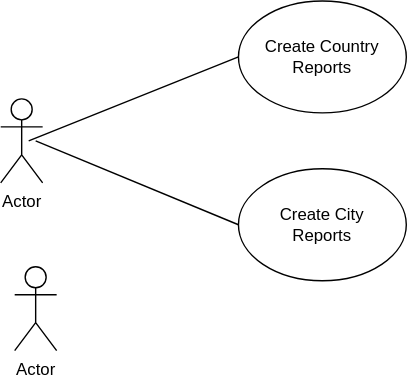
Before: UseCases/use-case.drawio.svg, a diagram exported from draw.io (Kevin-Sim/SEM_Demo). Source tidied: cells renumbered, new cells last; positions are measured from the earlier drawing's top-left corner, leaving out a move shared by most shapes. Source of this version:
```xml
<mxGraphModel math="1">
  <root>
    <mxCell id="0" />
    <mxCell id="1" parent="0" />
    <mxCell id="2" value="Actor" style="shape=umlActor;verticalLabelPosition=bottom;verticalAlign=top;html=1;fillColor=none;" parent="1" vertex="1">
      <mxGeometry y="70" width="30" height="60" as="geometry" />
    </mxCell>
    <mxCell id="3" value="Create Country Reports" style="ellipse;whiteSpace=wrap;html=1;fillColor=none;" parent="1" vertex="1">
      <mxGeometry x="170" width="120" height="80" as="geometry" />
    </mxCell>
    <mxCell id="4" style="endArrow=none;html=1;entryX=0;entryY=0.5;entryDx=0;entryDy=0;" parent="1" edge="1" target="3">
      <mxGeometry relative="1" as="geometry">
        <mxPoint x="20" y="100" as="sourcePoint" />
      </mxGeometry>
    </mxCell>
    <mxCell id="5" value="Create City &lt;br&gt;Reports" style="ellipse;whiteSpace=wrap;html=1;fillColor=none;" parent="1" vertex="1">
      <mxGeometry x="170" y="120" width="120" height="80" as="geometry" />
    </mxCell>
    <mxCell id="6" style="endArrow=none;html=1;entryX=0;entryY=0.5;entryDx=0;entryDy=0;" parent="1" edge="1" target="5">
      <mxGeometry relative="1" as="geometry">
        <mxPoint x="25" y="100" as="sourcePoint" />
      </mxGeometry>
    </mxCell>
    <mxCell id="7" value="Actor" style="shape=umlActor;verticalLabelPosition=bottom;verticalAlign=top;html=1;fillColor=none;" parent="1" vertex="1">
      <mxGeometry x="10" y="190" width="30" height="60" as="geometry" />
    </mxCell>
  </root>
</mxGraphModel>
```
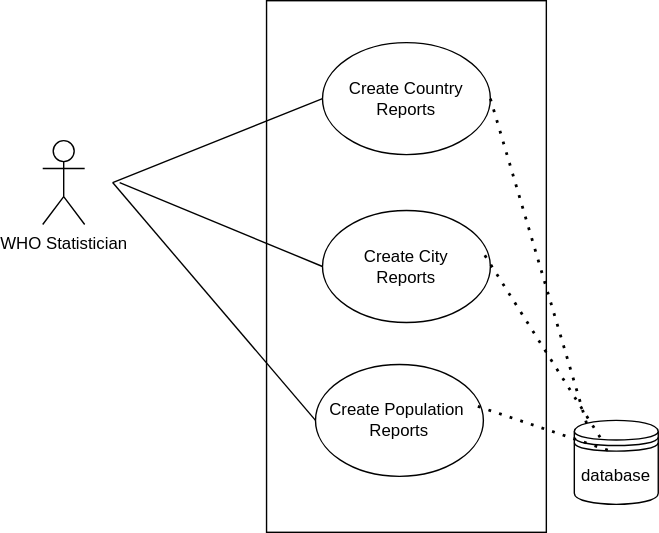
Above is the later version.

The edit, as a diff of the source:
```diff
@@ -2,8 +2,8 @@
   <root>
     <mxCell id="0" />
     <mxCell id="1" parent="0" />
-    <mxCell id="2" value="Actor" style="shape=umlActor;verticalLabelPosition=bottom;verticalAlign=top;html=1;fillColor=none;" parent="1" vertex="1">
-      <mxGeometry y="70" width="30" height="60" as="geometry" />
+    <mxCell id="2" value="WHO Statistician" style="shape=umlActor;verticalLabelPosition=bottom;verticalAlign=top;html=1;fillColor=none;" parent="1" vertex="1">
+      <mxGeometry x="-30" y="70" width="30" height="60" as="geometry" />
     </mxCell>
     <mxCell id="3" value="Create Country Reports" style="ellipse;whiteSpace=wrap;html=1;fillColor=none;" parent="1" vertex="1">
       <mxGeometry x="170" width="120" height="80" as="geometry" />
@@ -21,8 +21,32 @@
         <mxPoint x="25" y="100" as="sourcePoint" />
       </mxGeometry>
     </mxCell>
-    <mxCell id="7" value="Actor" style="shape=umlActor;verticalLabelPosition=bottom;verticalAlign=top;html=1;fillColor=none;" parent="1" vertex="1">
-      <mxGeometry x="10" y="190" width="30" height="60" as="geometry" />
-    </mxCell>
+    <mxCell id="8" value="Create Population&amp;nbsp;&lt;br&gt;Reports" style="ellipse;whiteSpace=wrap;html=1;fillColor=none;" parent="1" vertex="1">
+      <mxGeometry x="165" y="230" width="120" height="80" as="geometry" />
+    </mxCell>
+    <mxCell id="9" style="endArrow=none;html=1;entryX=0;entryY=0.5;entryDx=0;entryDy=0;" parent="1" edge="1" target="8">
+      <mxGeometry relative="1" as="geometry">
+        <mxPoint x="20" y="100" as="sourcePoint" />
+      </mxGeometry>
+    </mxCell>
+    <mxCell id="10" value="database" style="shape=datastore;whiteSpace=wrap;html=1;fillColor=none;" parent="1" vertex="1">
+      <mxGeometry x="350" y="270" width="60" height="60" as="geometry" />
+    </mxCell>
+    <mxCell id="11" style="endArrow=none;dashed=1;html=1;dashPattern=1 3;strokeWidth=2;entryX=0.15;entryY=0.05;entryDx=0;entryDy=0;entryPerimeter=0;exitX=1;exitY=0.5;exitDx=0;exitDy=0;" parent="1" edge="1" source="3" target="10">
+      <mxGeometry relative="1" as="geometry" />
+    </mxCell>
+    <mxCell id="12" style="endArrow=none;dashed=1;html=1;dashPattern=1 3;strokeWidth=2;entryX=0.15;entryY=0.05;entryDx=0;entryDy=0;entryPerimeter=0;exitX=0.967;exitY=0.4;exitDx=0;exitDy=0;exitPerimeter=0;" parent="1" edge="1" source="5">
+      <mxGeometry relative="1" as="geometry">
+        <mxPoint x="369" y="283" as="targetPoint" />
+      </mxGeometry>
+    </mxCell>
+    <mxCell id="13" style="endArrow=none;dashed=1;html=1;dashPattern=1 3;strokeWidth=2;entryX=0.15;entryY=0.05;entryDx=0;entryDy=0;entryPerimeter=0;exitX=0.967;exitY=0.375;exitDx=0;exitDy=0;exitPerimeter=0;" parent="1" edge="1" source="8">
+      <mxGeometry relative="1" as="geometry">
+        <mxPoint x="379" y="293" as="targetPoint" />
+      </mxGeometry>
+    </mxCell>
+    <mxCell id="14" style="rounded=0;whiteSpace=wrap;html=1;fillColor=none;" parent="1" vertex="1">
+      <mxGeometry x="130" y="-30" width="200" height="380" as="geometry" />
+    </mxCell>
   </root>
 </mxGraphModel>
```
